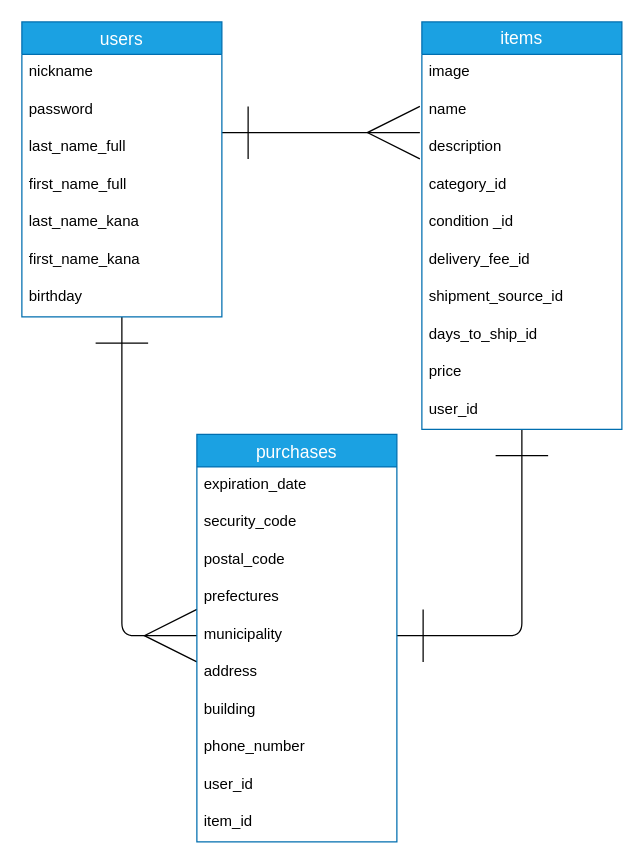
Above: er.dio in takuro-yamamoto/furima-31958 (draw.io), before the change. Source tidied: cells renumbered, new cells numbered last; positions are measured from the earlier drawing's top-left corner, leaving out a move shared by most shapes. Both pictures are drawn from the tidied source at 125%, with x=0, y=0 at pixel (21, 21).
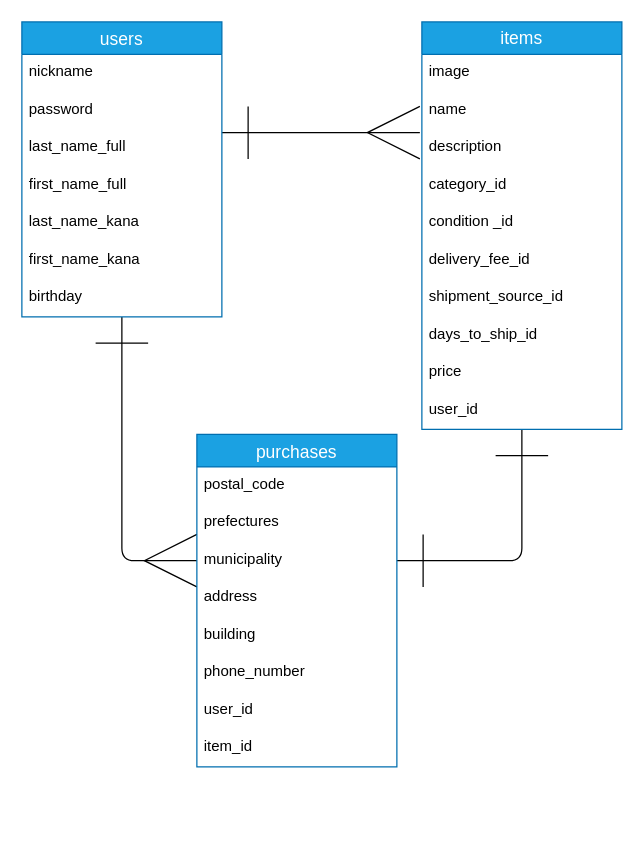
After the change.

The edit, as a diff of the source:
```diff
@@
     <mxCell id="24" value="purchases" style="swimlane;fontStyle=0;horizontal=1;startSize=26;align=center;fontSize=14;fillColor=#1ba1e2;strokeColor=#006EAF;fontColor=#ffffff;" parent="1" vertex="1">
-      <mxGeometry x="140" y="330" width="160" height="326" as="geometry" />
+      <mxGeometry x="140" y="330" width="160" height="266" as="geometry" />
     </mxCell>
-    <mxCell id="25" value="expiration_date" style="text;strokeColor=none;fillColor=none;spacingLeft=4;spacingRight=4;overflow=hidden;fontSize=12;" parent="24" vertex="1">
-      <mxGeometry y="26" width="160" height="30" as="geometry" />
-    </mxCell>
-    <mxCell id="26" value="security_code" style="text;strokeColor=none;fillColor=none;spacingLeft=4;spacingRight=4;overflow=hidden;fontSize=12;" parent="24" vertex="1">
-      <mxGeometry y="56" width="160" height="30" as="geometry" />
-    </mxCell>
     <mxCell id="27" value="postal_code" style="text;strokeColor=none;fillColor=none;spacingLeft=4;spacingRight=4;overflow=hidden;fontSize=12;" parent="24" vertex="1">
-      <mxGeometry y="86" width="160" height="30" as="geometry" />
+      <mxGeometry y="26" width="160" height="30" as="geometry" />
     </mxCell>
     <mxCell id="28" value="prefectures" style="text;strokeColor=none;fillColor=none;spacingLeft=4;spacingRight=4;overflow=hidden;fontSize=12;" parent="24" vertex="1">
-      <mxGeometry y="116" width="160" height="30" as="geometry" />
+      <mxGeometry y="56" width="160" height="30" as="geometry" />
     </mxCell>
     <mxCell id="29" value="municipality" style="text;strokeColor=none;fillColor=none;spacingLeft=4;spacingRight=4;overflow=hidden;points=[[0,0.5],[1,0.5]];portConstraint=eastwest;fontSize=12;" parent="24" vertex="1">
-      <mxGeometry y="146" width="160" height="30" as="geometry" />
+      <mxGeometry y="86" width="160" height="30" as="geometry" />
     </mxCell>
     <mxCell id="30" value="address" style="text;strokeColor=none;fillColor=none;spacingLeft=4;spacingRight=4;overflow=hidden;fontSize=12;" parent="24" vertex="1">
-      <mxGeometry y="176" width="160" height="30" as="geometry" />
+      <mxGeometry y="116" width="160" height="30" as="geometry" />
     </mxCell>
     <mxCell id="31" value="building" style="text;strokeColor=none;fillColor=none;spacingLeft=4;spacingRight=4;overflow=hidden;fontSize=12;" parent="24" vertex="1">
-      <mxGeometry y="206" width="160" height="30" as="geometry" />
+      <mxGeometry y="146" width="160" height="30" as="geometry" />
     </mxCell>
     <mxCell id="32" value="phone_number" style="text;strokeColor=none;fillColor=none;spacingLeft=4;spacingRight=4;overflow=hidden;fontSize=12;" parent="24" vertex="1">
-      <mxGeometry y="236" width="160" height="30" as="geometry" />
+      <mxGeometry y="176" width="160" height="30" as="geometry" />
     </mxCell>
     <mxCell id="33" value="user_id" style="text;strokeColor=none;fillColor=none;spacingLeft=4;spacingRight=4;overflow=hidden;fontSize=12;" parent="24" vertex="1">
-      <mxGeometry y="266" width="160" height="30" as="geometry" />
+      <mxGeometry y="206" width="160" height="30" as="geometry" />
     </mxCell>
     <mxCell id="34" value="item_id" style="text;strokeColor=none;fillColor=none;spacingLeft=4;spacingRight=4;overflow=hidden;fontSize=12;" parent="24" vertex="1">
-      <mxGeometry y="296" width="160" height="30" as="geometry" />
+      <mxGeometry y="236" width="160" height="30" as="geometry" />
     </mxCell>
```
